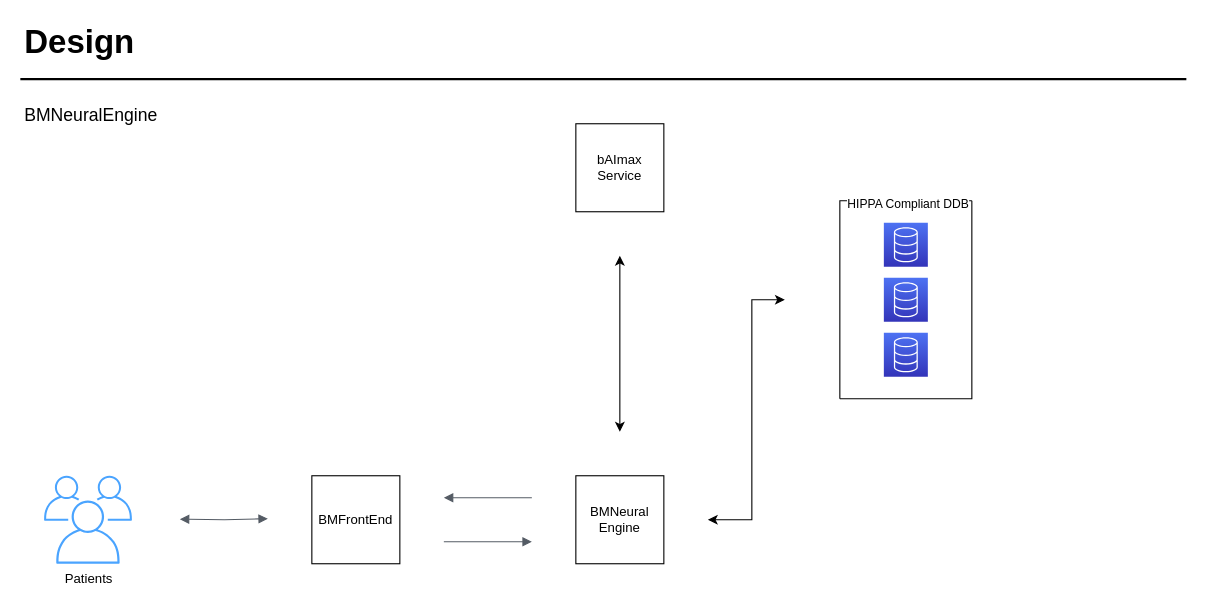
The draw.io diagram src/Untitled Diagram.drawio in OofNSquared/BMNeuralEngine, before the edit. Source tidied: cells renumbered, new cells numbered last; positions are measured from the earlier drawing's top-left corner, leaving out a move shared by most shapes. Both pictures are drawn from the tidied source at 110%, with x=0, y=0 at pixel (20, 18).
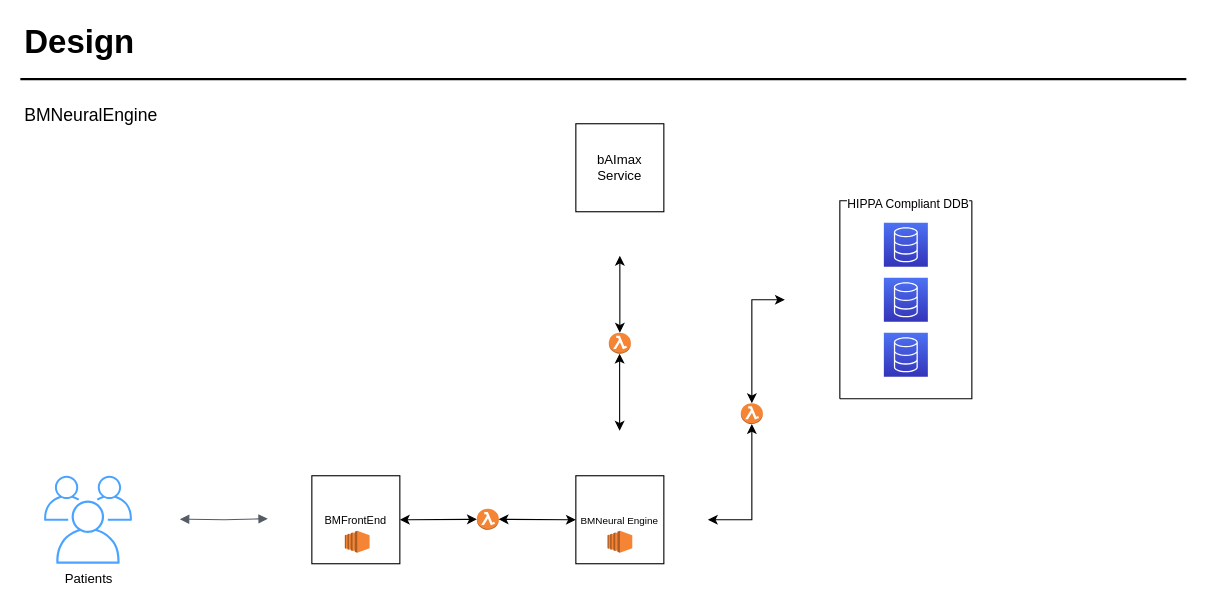
The same diagram, later.

Change to the diagram source:
```diff
@@
-    <mxCell id="7" value="BMFrontEnd" style="whiteSpace=wrap;html=1;" parent="1" vertex="1">
+    <mxCell id="7" value="&lt;font style=&quot;font-size: 10px;&quot;&gt;BMFrontEnd&lt;/font&gt;" style="whiteSpace=wrap;html=1;" parent="1" vertex="1">
       <mxGeometry x="265" y="416" width="80" height="80" as="geometry" />
     </mxCell>
-    <mxCell id="8" style="edgeStyle=orthogonalEdgeStyle;html=1;endArrow=block;elbow=vertical;startArrow=none;endFill=1;strokeColor=#545B64;rounded=0;" parent="1" edge="1">
-      <mxGeometry relative="1" as="geometry">
-        <mxPoint x="385" y="476" as="sourcePoint" />
-        <mxPoint x="465" y="476" as="targetPoint" />
-      </mxGeometry>
-    </mxCell>
-    <mxCell id="9" value="BMNeural Engine" style="whiteSpace=wrap;html=1;" parent="1" vertex="1">
+    <mxCell id="9" value="&lt;font style=&quot;font-size: 9px;&quot;&gt;BMNeural Engine&lt;/font&gt;" style="whiteSpace=wrap;html=1;" parent="1" vertex="1">
       <mxGeometry x="505" y="416" width="80" height="80" as="geometry" />
     </mxCell>
-    <mxCell id="10" style="edgeStyle=orthogonalEdgeStyle;html=1;endArrow=none;elbow=vertical;startArrow=block;startFill=1;strokeColor=#545B64;rounded=0;" parent="1" edge="1">
-      <mxGeometry relative="1" as="geometry">
-        <mxPoint x="385" y="436" as="sourcePoint" />
-        <mxPoint x="465" y="436" as="targetPoint" />
-        <Array as="points">
-          <mxPoint x="405" y="436" />
-          <mxPoint x="405" y="436" />
-        </Array>
-      </mxGeometry>
-    </mxCell>
@@
-    <mxCell id="17" style="endArrow=classic;startArrow=classic;html=1;rounded=0;" parent="1" edge="1">
+    <mxCell id="17" style="endArrow=classic;startArrow=classic;html=1;rounded=0;" parent="1" edge="1" source="22">
       <mxGeometry relative="1" as="geometry">
-        <mxPoint x="625" y="456" as="sourcePoint" />
         <mxPoint x="695" y="256" as="targetPoint" />
         <Array as="points">
-          <mxPoint x="665" y="456" />
           <mxPoint x="665" y="256" />
         </Array>
       </mxGeometry>
     </mxCell>
-    <mxCell id="18" style="endArrow=classic;startArrow=classic;html=1;rounded=0;" parent="1" edge="1">
+    <mxCell id="18" style="endArrow=classic;startArrow=classic;html=1;rounded=0;" parent="1" edge="1" source="24">
       <mxGeometry relative="1" as="geometry">
-        <mxPoint x="545" y="376" as="sourcePoint" />
         <mxPoint x="545" y="216" as="targetPoint" />
-        <Array as="points">
-          <mxPoint x="545" y="296" />
-        </Array>
       </mxGeometry>
     </mxCell>
@@
+    <mxCell id="20" style="dashed=0;verticalLabelPosition=bottom;verticalAlign=top;align=center;html=1;shape=mxgraph.aws3.ec2;fillColor=#F58534;gradientColor=none;" parent="1" vertex="1">
+      <mxGeometry x="295" y="466" width="22.5" height="20" as="geometry" />
+    </mxCell>
+    <mxCell id="21" style="endArrow=classic;startArrow=classic;html=1;rounded=0;" parent="1" edge="1" target="22">
+      <mxGeometry relative="1" as="geometry">
+        <mxPoint x="625" y="456" as="sourcePoint" />
+        <Array as="points">
+          <mxPoint x="665" y="456" />
+        </Array>
+      </mxGeometry>
+    </mxCell>
+    <mxCell id="22" style="outlineConnect=0;dashed=0;verticalLabelPosition=bottom;verticalAlign=top;align=center;html=1;shape=mxgraph.aws3.lambda_function;fillColor=#F58534;gradientColor=none;" parent="1" vertex="1">
+      <mxGeometry x="655" y="350" width="20" height="19" as="geometry" />
+    </mxCell>
+    <mxCell id="23" style="dashed=0;verticalLabelPosition=bottom;verticalAlign=top;align=center;html=1;shape=mxgraph.aws3.ec2;fillColor=#F58534;gradientColor=none;" parent="1" vertex="1">
+      <mxGeometry x="533.8" y="466" width="22.5" height="20" as="geometry" />
+    </mxCell>
+    <mxCell id="24" style="outlineConnect=0;dashed=0;verticalLabelPosition=bottom;verticalAlign=top;align=center;html=1;shape=mxgraph.aws3.lambda_function;fillColor=#F58534;gradientColor=none;" parent="1" vertex="1">
+      <mxGeometry x="535" y="286" width="20" height="19" as="geometry" />
+    </mxCell>
+    <mxCell id="25" style="endArrow=classic;startArrow=classic;html=1;rounded=0;" parent="1" edge="1">
+      <mxGeometry relative="1" as="geometry">
+        <mxPoint x="544.8" y="375" as="sourcePoint" />
+        <mxPoint x="544.8" y="305" as="targetPoint" />
+      </mxGeometry>
+    </mxCell>
+    <mxCell id="26" style="endArrow=classic;startArrow=classic;html=1;rounded=0;entryX=1;entryY=0.5;entryDx=0;entryDy=0;" parent="1" edge="1" source="27" target="7">
+      <mxGeometry relative="1" as="geometry" />
+    </mxCell>
+    <mxCell id="27" style="outlineConnect=0;dashed=0;verticalLabelPosition=bottom;verticalAlign=top;align=center;html=1;shape=mxgraph.aws3.lambda_function;fillColor=#F58534;gradientColor=none;" parent="1" vertex="1">
+      <mxGeometry x="415" y="446.1" width="20" height="19" as="geometry" />
+    </mxCell>
+    <mxCell id="28" style="endArrow=classic;startArrow=classic;html=1;rounded=0;" parent="1" edge="1">
+      <mxGeometry relative="1" as="geometry">
+        <mxPoint x="505" y="456.1" as="sourcePoint" />
+        <mxPoint x="434.8" y="455.6" as="targetPoint" />
+      </mxGeometry>
+    </mxCell>
```
